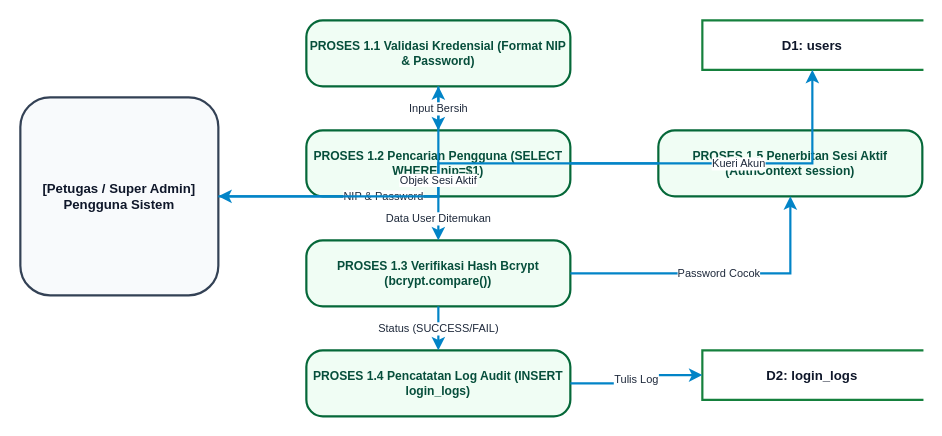
Above: docs/dokumentasi-project/assets/diagram-final/DFD/detail/DFD_Login.drawio in ghozahimma65/peminjaman-rm (draw.io), before the change. Source tidied: cells renumbered, new cells numbered last; positions are measured from the earlier drawing's top-left corner, leaving out a move shared by most shapes. Both pictures are drawn from the tidied source at 110%, with x=0, y=0 at pixel (20, 20).
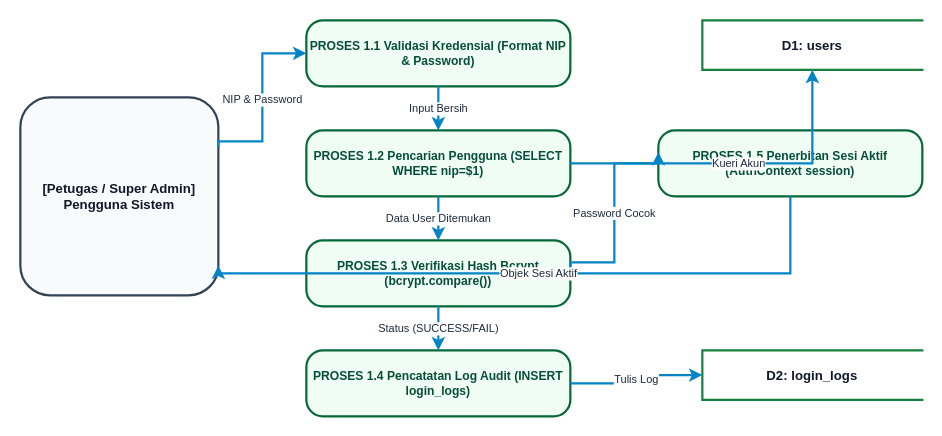
The same page after the edit.

Unchanged cells that the change refers to:
```xml
<mxCell id="2" value="[Petugas / Super Admin] Pengguna Sistem" style="rounded=1;whiteSpace=wrap;html=1;fillColor=#f8fafc;strokeColor=#334155;strokeWidth=2;fontStyle=1;fontSize=12;fontColor=#0f172a;align=center;" parent="1" vertex="1">
  <mxGeometry y="70" width="180" height="180" as="geometry" />
</mxCell>
<mxCell id="3" value="PROSES 1.1  Validasi Kredensial (Format NIP &amp; Password)" style="rounded=1;arcSize=25;whiteSpace=wrap;html=1;fillColor=#f0fdf4;strokeColor=#056839;strokeWidth=2;fontStyle=1;fontSize=11;fontColor=#064e3b;align=center;" parent="1" vertex="1">
  <mxGeometry x="260" width="240" height="60" as="geometry" />
</mxCell>
<mxCell id="5" value="PROSES 1.3  Verifikasi Hash Bcrypt (bcrypt.compare())" style="rounded=1;arcSize=25;whiteSpace=wrap;html=1;fillColor=#f0fdf4;strokeColor=#056839;strokeWidth=2;fontStyle=1;fontSize=11;fontColor=#064e3b;align=center;" parent="1" vertex="1">
  <mxGeometry x="260" y="200" width="240" height="60" as="geometry" />
</mxCell>
<mxCell id="7" value="PROSES 1.5  Penerbitan Sesi Aktif (AuthContext session)" style="rounded=1;arcSize=25;whiteSpace=wrap;html=1;fillColor=#f0fdf4;strokeColor=#056839;strokeWidth=2;fontStyle=1;fontSize=11;fontColor=#064e3b;align=center;" parent="1" vertex="1">
  <mxGeometry x="580" y="100" width="240" height="60" as="geometry" />
</mxCell>
```

Diff of the diagram source:
```diff
@@
-    <mxCell id="10" value="NIP &amp; Password" style="edgeStyle=orthogonalEdgeStyle;rounded=0;jettySize=auto;html=1;strokeColor=#0284c7;strokeWidth=2;fontSize=10;fontColor=#1e293b;" parent="1" edge="1" source="2" target="3">
-      <mxGeometry relative="1" as="geometry" />
+    <mxCell id="10" value="NIP &amp; Password" style="edgeStyle=orthogonalEdgeStyle;rounded=0;jettySize=auto;html=1;exitX=1;exitY=0.25;exitDx=0;exitDy=0;entryX=0;entryY=0.5;entryDx=0;entryDy=0;strokeColor=#0284c7;strokeWidth=2;fontSize=10;fontColor=#1e293b;" parent="1" edge="1" source="2" target="3">
+      <mxGeometry relative="1" as="geometry">
+        <Array as="points">
+          <mxPoint x="220" y="110" />
+          <mxPoint x="220" y="30" />
+        </Array>
+      </mxGeometry>
     </mxCell>
@@
-    <mxCell id="16" value="Password Cocok" style="edgeStyle=orthogonalEdgeStyle;rounded=0;jettySize=auto;html=1;strokeColor=#0284c7;strokeWidth=2;fontSize=10;fontColor=#1e293b;" parent="1" edge="1" source="5" target="7">
-      <mxGeometry relative="1" as="geometry" />
+    <mxCell id="16" value="Password Cocok" style="edgeStyle=orthogonalEdgeStyle;rounded=0;jettySize=auto;html=1;exitX=1;exitY=0.5;exitDx=0;exitDy=0;entryX=0;entryY=0.33;entryDx=0;entryDy=0;strokeColor=#0284c7;strokeWidth=2;fontSize=10;fontColor=#1e293b;" parent="1" edge="1" source="5" target="7">
+      <mxGeometry relative="1" as="geometry">
+        <Array as="points">
+          <mxPoint x="540" y="220" />
+          <mxPoint x="540" y="130" />
+        </Array>
+      </mxGeometry>
     </mxCell>
-    <mxCell id="17" value="Objek Sesi Aktif" style="edgeStyle=orthogonalEdgeStyle;rounded=0;jettySize=auto;html=1;strokeColor=#0284c7;strokeWidth=2;fontSize=10;fontColor=#1e293b;" parent="1" edge="1" source="7" target="2">
-      <mxGeometry relative="1" as="geometry" />
+    <mxCell id="17" value="Objek Sesi Aktif" style="edgeStyle=orthogonalEdgeStyle;rounded=0;jettySize=auto;html=1;exitX=0.5;exitY=1;exitDx=0;exitDy=0;entryX=1;entryY=0.85;entryDx=0;entryDy=0;strokeColor=#0284c7;strokeWidth=2;fontSize=10;fontColor=#1e293b;" parent="1" edge="1" source="7" target="2">
+      <mxGeometry relative="1" as="geometry">
+        <Array as="points">
+          <mxPoint x="700" y="230" />
+        </Array>
+      </mxGeometry>
     </mxCell>
```
